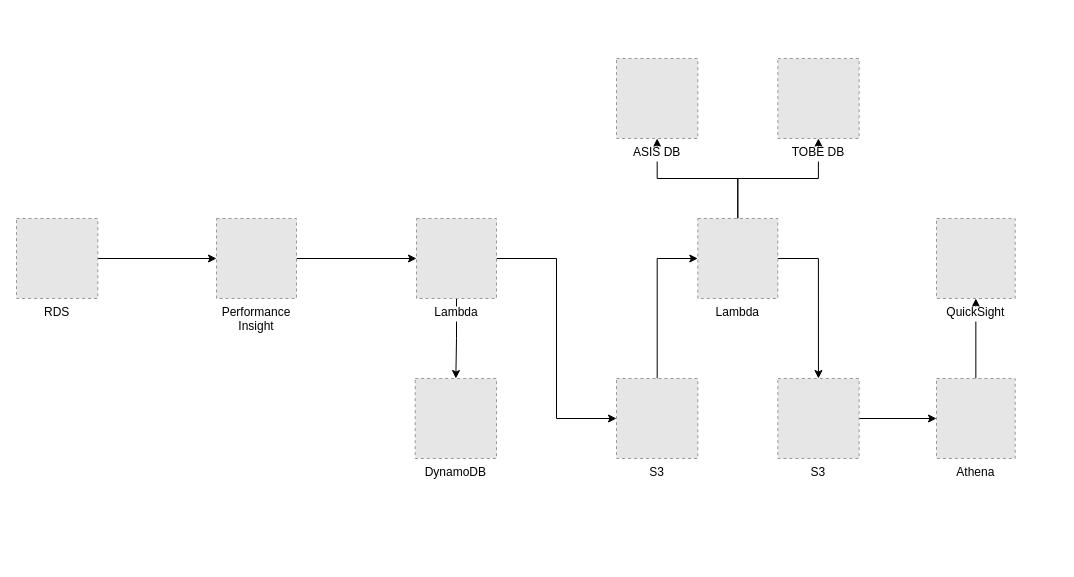
Above: SQL_PLAN_1.0.drawio in color275/draw.io (draw.io), before the change. Source tidied: cells renumbered, new cells numbered last; positions are measured from the earlier drawing's top-left corner, leaving out a move shared by most shapes. Both pictures are drawn from the tidied source at 100%, with x=0, y=0 at pixel (16, 58). Pictures stored in the file or linked from it are replaced by grey dashed boxes.
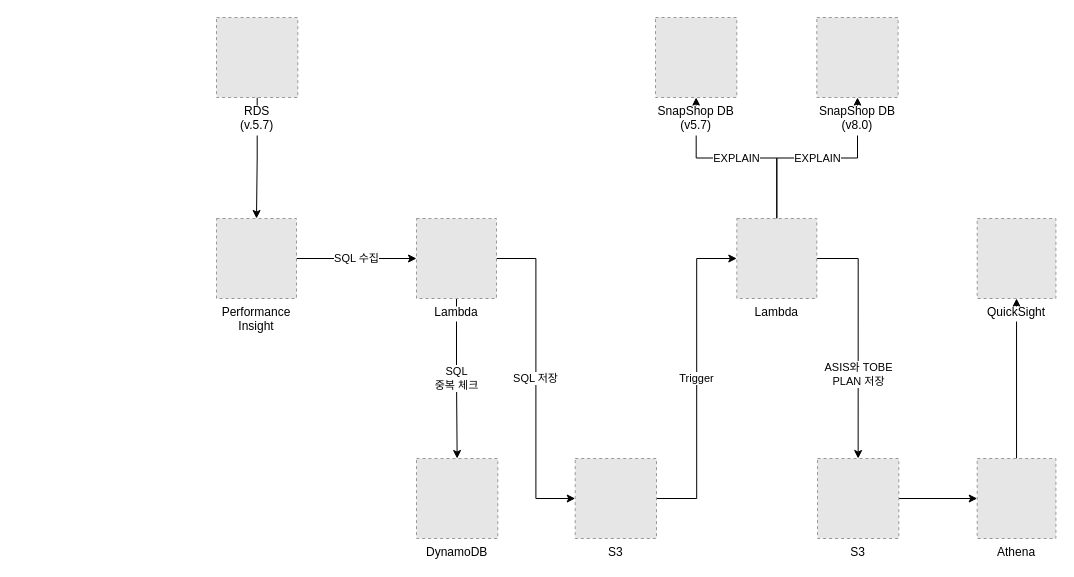
The same diagram, later.

Unchanged cells that the change refers to:
```xml
<mxCell id="5" value="Performance&#10;Insight" style="fillColor=#E6E6E6;strokeColor=#999999;dashed=1;verticalLabelPosition=bottom;labelBackgroundColor=default;verticalAlign=top;" parent="1" vertex="1">
  <mxGeometry x="200" y="160" width="80" height="80" as="geometry" />
</mxCell>
<mxCell id="8" value="Lambda" style="fillColor=#E6E6E6;strokeColor=#999999;dashed=1;verticalLabelPosition=bottom;labelBackgroundColor=default;verticalAlign=top;" parent="1" vertex="1">
  <mxGeometry x="400" y="160" width="80" height="80" as="geometry" />
</mxCell>
```

The edit, as a diff of the source:
```diff
@@
-    <mxCell id="2" style="edgeStyle=orthogonalEdgeStyle;rounded=0;jettySize=auto;html=1;entryX=0;entryY=0.5;entryDx=0;entryDy=0;" parent="1" edge="1" source="3" target="5">
+    <mxCell id="2" style="edgeStyle=orthogonalEdgeStyle;rounded=0;jettySize=auto;html=1;" parent="1" edge="1" source="3" target="5">
       <mxGeometry relative="1" as="geometry" />
     </mxCell>
-    <mxCell id="3" value="RDS" style="fillColor=#E6E6E6;strokeColor=#999999;dashed=1;verticalLabelPosition=bottom;labelBackgroundColor=default;verticalAlign=top;" parent="1" vertex="1">
-      <mxGeometry y="160" width="81.3" height="80" as="geometry" />
+    <mxCell id="3" value="RDS&#10;(v.5.7)" style="fillColor=#E6E6E6;strokeColor=#999999;dashed=1;verticalLabelPosition=bottom;labelBackgroundColor=default;verticalAlign=top;" parent="1" vertex="1">
+      <mxGeometry x="200" y="-41" width="81.3" height="80" as="geometry" />
     </mxCell>
-    <mxCell id="4" style="edgeStyle=orthogonalEdgeStyle;rounded=0;jettySize=auto;html=1;entryX=0;entryY=0.5;entryDx=0;entryDy=0;" parent="1" edge="1" source="5" target="8">
+    <mxCell id="4" value="SQL 수집" style="edgeStyle=orthogonalEdgeStyle;rounded=0;jettySize=auto;html=1;entryX=0;entryY=0.5;entryDx=0;entryDy=0;" parent="1" edge="1" source="5" target="8">
       <mxGeometry relative="1" as="geometry" />
     </mxCell>
@@
-    <mxCell id="6" style="edgeStyle=orthogonalEdgeStyle;rounded=0;jettySize=auto;html=1;entryX=0.5;entryY=0;entryDx=0;entryDy=0;" parent="1" edge="1" source="8" target="9">
+    <mxCell id="6" value="SQL&lt;br&gt;중복 체크" style="edgeStyle=orthogonalEdgeStyle;rounded=0;jettySize=auto;html=1;entryX=0.5;entryY=0;entryDx=0;entryDy=0;" parent="1" edge="1" source="8" target="9">
       <mxGeometry relative="1" as="geometry" />
     </mxCell>
-    <mxCell id="7" style="edgeStyle=orthogonalEdgeStyle;rounded=0;jettySize=auto;html=1;entryX=0;entryY=0.5;entryDx=0;entryDy=0;" parent="1" edge="1" source="8" target="11">
+    <mxCell id="7" value="SQL 저장" style="edgeStyle=orthogonalEdgeStyle;rounded=0;jettySize=auto;html=1;entryX=0;entryY=0.5;entryDx=0;entryDy=0;" parent="1" edge="1" source="8" target="11">
       <mxGeometry relative="1" as="geometry" />
     </mxCell>
@@
     <mxCell id="9" value="DynamoDB" style="fillColor=#E6E6E6;strokeColor=#999999;dashed=1;verticalLabelPosition=bottom;labelBackgroundColor=default;verticalAlign=top;" parent="1" vertex="1">
-      <mxGeometry x="398.7" y="320" width="81.3" height="80" as="geometry" />
+      <mxGeometry x="400" y="400" width="81.3" height="80" as="geometry" />
     </mxCell>
-    <mxCell id="10" style="edgeStyle=orthogonalEdgeStyle;rounded=0;jettySize=auto;html=1;entryX=0;entryY=0.5;entryDx=0;entryDy=0;" parent="1" edge="1" source="11" target="15">
+    <mxCell id="10" value="Trigger" style="edgeStyle=orthogonalEdgeStyle;rounded=0;jettySize=auto;html=1;entryX=0;entryY=0.5;entryDx=0;entryDy=0;" parent="1" edge="1" source="11" target="15">
       <mxGeometry relative="1" as="geometry" />
     </mxCell>
     <mxCell id="11" value="S3" style="fillColor=#E6E6E6;strokeColor=#999999;dashed=1;verticalLabelPosition=bottom;labelBackgroundColor=default;verticalAlign=top;" parent="1" vertex="1">
-      <mxGeometry x="600" y="320" width="81.3" height="80" as="geometry" />
+      <mxGeometry x="558.7" y="400" width="81.3" height="80" as="geometry" />
     </mxCell>
-    <mxCell id="12" style="edgeStyle=orthogonalEdgeStyle;rounded=0;jettySize=auto;html=1;entryX=0.5;entryY=1;entryDx=0;entryDy=0;" parent="1" edge="1" source="15" target="20">
+    <mxCell id="12" value="EXPLAIN" style="edgeStyle=orthogonalEdgeStyle;rounded=0;jettySize=auto;html=1;entryX=0.5;entryY=1;entryDx=0;entryDy=0;" parent="1" edge="1" source="15" target="20">
       <mxGeometry relative="1" as="geometry" />
     </mxCell>
-    <mxCell id="13" style="edgeStyle=orthogonalEdgeStyle;rounded=0;jettySize=auto;html=1;" parent="1" edge="1" source="15" target="21">
+    <mxCell id="13" value="EXPLAIN" style="edgeStyle=orthogonalEdgeStyle;rounded=0;jettySize=auto;html=1;" parent="1" edge="1" source="15" target="21">
       <mxGeometry relative="1" as="geometry" />
     </mxCell>
-    <mxCell id="14" style="edgeStyle=orthogonalEdgeStyle;rounded=0;jettySize=auto;html=1;entryX=0.5;entryY=0;entryDx=0;entryDy=0;" parent="1" edge="1" source="15" target="17">
-      <mxGeometry relative="1" as="geometry">
-        <Array as="points">
-          <mxPoint x="802" y="200" />
-        </Array>
-      </mxGeometry>
+    <mxCell id="14" value="ASIS와 TOBE&lt;br style=&quot;border-color: var(--border-color);&quot;&gt;PLAN 저장" style="edgeStyle=orthogonalEdgeStyle;rounded=0;jettySize=auto;html=1;entryX=0.5;entryY=0;entryDx=0;entryDy=0;" parent="1" edge="1" source="15" target="17">
+      <mxGeometry x="0.3" relative="1" as="geometry" />
     </mxCell>
     <mxCell id="15" value="Lambda" style="fillColor=#E6E6E6;strokeColor=#999999;dashed=1;verticalLabelPosition=bottom;labelBackgroundColor=default;verticalAlign=top;" parent="1" vertex="1">
-      <mxGeometry x="681.3" y="160" width="80" height="80" as="geometry" />
+      <mxGeometry x="720.3" y="160" width="80" height="80" as="geometry" />
     </mxCell>
@@
     <mxCell id="17" value="S3" style="fillColor=#E6E6E6;strokeColor=#999999;dashed=1;verticalLabelPosition=bottom;labelBackgroundColor=default;verticalAlign=top;" parent="1" vertex="1">
-      <mxGeometry x="761.3" y="320" width="81.3" height="80" as="geometry" />
+      <mxGeometry x="801" y="400" width="81.3" height="80" as="geometry" />
     </mxCell>
@@
     <mxCell id="19" value="Athena" style="fillColor=#E6E6E6;strokeColor=#999999;dashed=1;verticalLabelPosition=bottom;labelBackgroundColor=default;verticalAlign=top;" parent="1" vertex="1">
-      <mxGeometry x="920" y="320" width="78.7" height="80" as="geometry" />
+      <mxGeometry x="960.7" y="400" width="78.7" height="80" as="geometry" />
     </mxCell>
-    <mxCell id="20" value="ASIS DB" style="fillColor=#E6E6E6;strokeColor=#999999;dashed=1;verticalLabelPosition=bottom;labelBackgroundColor=default;verticalAlign=top;" parent="1" vertex="1">
-      <mxGeometry x="600" width="81.3" height="80" as="geometry" />
+    <mxCell id="20" value="SnapShop DB&#10;(v5.7)" style="fillColor=#E6E6E6;strokeColor=#999999;dashed=1;verticalLabelPosition=bottom;labelBackgroundColor=default;verticalAlign=top;" parent="1" vertex="1">
+      <mxGeometry x="639" y="-41" width="81.3" height="80" as="geometry" />
     </mxCell>
-    <mxCell id="21" value="TOBE DB" style="fillColor=#E6E6E6;strokeColor=#999999;dashed=1;verticalLabelPosition=bottom;labelBackgroundColor=default;verticalAlign=top;" parent="1" vertex="1">
-      <mxGeometry x="761.3" width="81.3" height="80" as="geometry" />
+    <mxCell id="21" value="SnapShop DB&#10;(v8.0)" style="fillColor=#E6E6E6;strokeColor=#999999;dashed=1;verticalLabelPosition=bottom;labelBackgroundColor=default;verticalAlign=top;" parent="1" vertex="1">
+      <mxGeometry x="800.3" y="-41" width="81.3" height="80" as="geometry" />
     </mxCell>
     <mxCell id="22" value="QuickSight" style="fillColor=#E6E6E6;strokeColor=#999999;dashed=1;verticalLabelPosition=bottom;labelBackgroundColor=default;verticalAlign=top;" parent="1" vertex="1">
-      <mxGeometry x="920" y="160" width="78.7" height="80" as="geometry" />
+      <mxGeometry x="960.7" y="160" width="78.7" height="80" as="geometry" />
     </mxCell>
```
